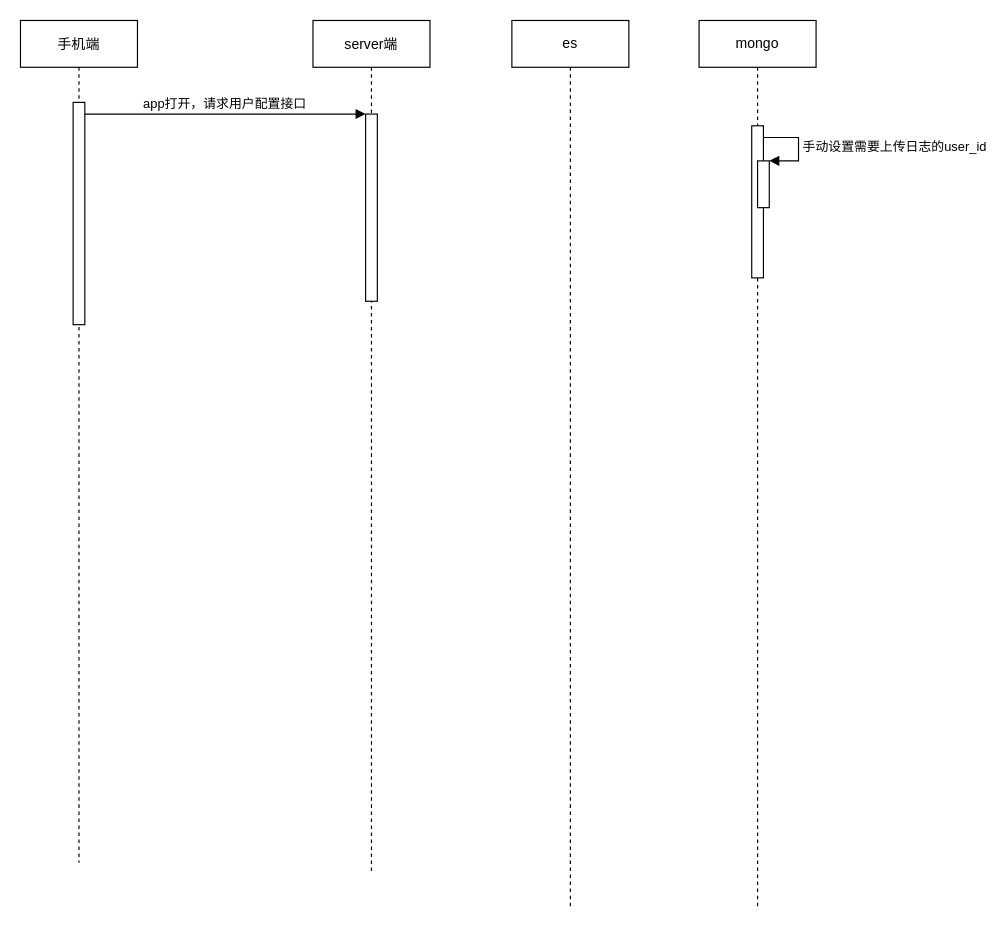
Before: 客户端日志上报ELK顺序图.drawio in milletzhu/datasource, a draw.io diagram. Source tidied: cells renumbered, new cells numbered last; positions are measured from the earlier drawing's top-left corner, leaving out a move shared by most shapes. Both pictures are drawn from the tidied source at 117%, with x=0, y=0 at pixel (20, 20).
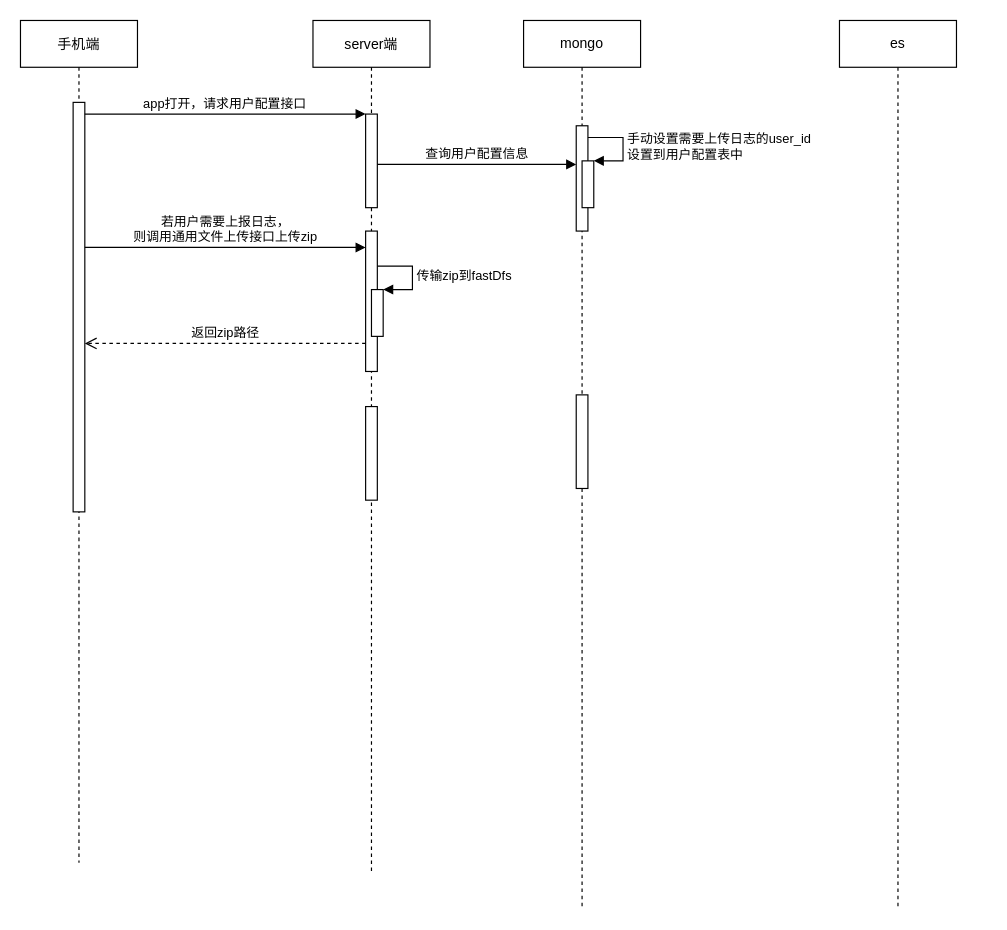
The same diagram, later.

Commit message (it also covers changes not shown here):
更新客户端日志上报ELK顺序图.drawio

The change refers to these unchanged cells:
```xml
<mxCell id="2" value="手机端" style="shape=umlLifeline;perimeter=lifelinePerimeter;rounded=0;shadow=0;strokeWidth=1;" parent="1" vertex="1">
  <mxGeometry width="100" height="720" as="geometry" />
</mxCell>
<mxCell id="4" value="server端" style="shape=umlLifeline;perimeter=lifelinePerimeter;rounded=0;shadow=0;strokeWidth=1;" parent="1" vertex="1">
  <mxGeometry x="250" width="100" height="730" as="geometry" />
</mxCell>
<mxCell id="10" style="html=1;points=[];perimeter=orthogonalPerimeter;" parent="8" vertex="1">
  <mxGeometry x="50" y="120" width="10" height="40" as="geometry" />
</mxCell>
```

Diff of the diagram source:
```diff
@@
     <mxCell id="3" style="points=[];perimeter=orthogonalPerimeter;rounded=0;shadow=0;strokeWidth=1;" parent="2" vertex="1">
-      <mxGeometry x="45" y="70" width="10" height="190" as="geometry" />
+      <mxGeometry x="45" y="70" width="10" height="350" as="geometry" />
     </mxCell>
@@
     <mxCell id="5" style="points=[];perimeter=orthogonalPerimeter;rounded=0;shadow=0;strokeWidth=1;" parent="4" vertex="1">
-      <mxGeometry x="45" y="80" width="10" height="160" as="geometry" />
+      <mxGeometry x="45" y="80" width="10" height="80" as="geometry" />
     </mxCell>
+    <mxCell id="12" style="html=1;perimeter=orthogonalPerimeter;" parent="4" vertex="1">
+      <mxGeometry x="45" y="180" width="10" height="120" as="geometry" />
+    </mxCell>
+    <mxCell id="13" style="html=1;points=[];perimeter=orthogonalPerimeter;" parent="4" vertex="1">
+      <mxGeometry x="50" y="230" width="10" height="40" as="geometry" />
+    </mxCell>
+    <mxCell id="14" value="传输zip到fastDfs" style="edgeStyle=orthogonalEdgeStyle;html=1;align=left;spacingLeft=2;endArrow=block;rounded=0;entryX=1;entryY=0;" parent="4" edge="1" target="13">
+      <mxGeometry relative="1" as="geometry">
+        <mxPoint x="55" y="210" as="sourcePoint" />
+        <Array as="points">
+          <mxPoint x="85" y="210" />
+        </Array>
+      </mxGeometry>
+    </mxCell>
+    <mxCell id="15" style="html=1;perimeter=orthogonalPerimeter;" parent="4" vertex="1">
+      <mxGeometry x="45" y="330" width="10" height="80" as="geometry" />
+    </mxCell>
@@
     <mxCell id="7" value="es" style="shape=umlLifeline;perimeter=lifelinePerimeter;whiteSpace=wrap;html=1;" parent="1" vertex="1">
-      <mxGeometry x="420" width="100" height="760" as="geometry" />
+      <mxGeometry x="700" width="100" height="760" as="geometry" />
     </mxCell>
     <mxCell id="8" value="mongo" style="shape=umlLifeline;perimeter=lifelinePerimeter;whiteSpace=wrap;html=1;" parent="1" vertex="1">
-      <mxGeometry x="580" width="100" height="760" as="geometry" />
+      <mxGeometry x="430" width="100" height="760" as="geometry" />
     </mxCell>
     <mxCell id="9" style="html=1;perimeter=orthogonalPerimeter;" parent="8" vertex="1">
-      <mxGeometry x="45" y="90" width="10" height="130" as="geometry" />
+      <mxGeometry x="45" y="90" width="10" height="90" as="geometry" />
     </mxCell>
@@
-    <mxCell id="11" value="手动设置需要上传日志的user_id" style="edgeStyle=orthogonalEdgeStyle;html=1;align=left;spacingLeft=2;endArrow=block;rounded=0;entryX=1;entryY=0;" parent="8" edge="1" target="10">
+    <mxCell id="11" value="手动设置需要上传日志的user_id&lt;br&gt;设置到用户配置表中" style="edgeStyle=orthogonalEdgeStyle;html=1;align=left;spacingLeft=2;endArrow=block;rounded=0;entryX=1;entryY=0;" parent="8" edge="1" target="10">
       <mxGeometry relative="1" as="geometry">
         <mxPoint x="55" y="100" as="sourcePoint" />
         <Array as="points">
           <mxPoint x="85" y="100" />
         </Array>
       </mxGeometry>
     </mxCell>
+    <mxCell id="16" style="html=1;perimeter=orthogonalPerimeter;" parent="8" vertex="1">
+      <mxGeometry x="45" y="320" width="10" height="80" as="geometry" />
+    </mxCell>
+    <mxCell id="17" value="查询用户配置信息" style="html=1;verticalAlign=bottom;endArrow=block;rounded=0;" parent="1" edge="1">
+      <mxGeometry relative="1" as="geometry">
+        <mxPoint x="305" y="123" as="sourcePoint" />
+        <mxPoint x="475" y="123" as="targetPoint" />
+      </mxGeometry>
+    </mxCell>
+    <mxCell id="18" value="若用户需要上报日志，&lt;br&gt;则调用通用文件上传接口上传zip" style="html=1;verticalAlign=bottom;endArrow=block;rounded=0;" parent="1" edge="1">
+      <mxGeometry relative="1" as="geometry">
+        <mxPoint x="55" y="194" as="sourcePoint" />
+        <mxPoint x="295" y="194" as="targetPoint" />
+      </mxGeometry>
+    </mxCell>
+    <mxCell id="19" value="返回zip路径" style="html=1;verticalAlign=bottom;endArrow=open;dashed=1;endSize=8;rounded=0;" parent="1" edge="1">
+      <mxGeometry relative="1" as="geometry">
+        <mxPoint x="295" y="276" as="sourcePoint" />
+        <mxPoint x="55" y="276" as="targetPoint" />
+      </mxGeometry>
+    </mxCell>
```
